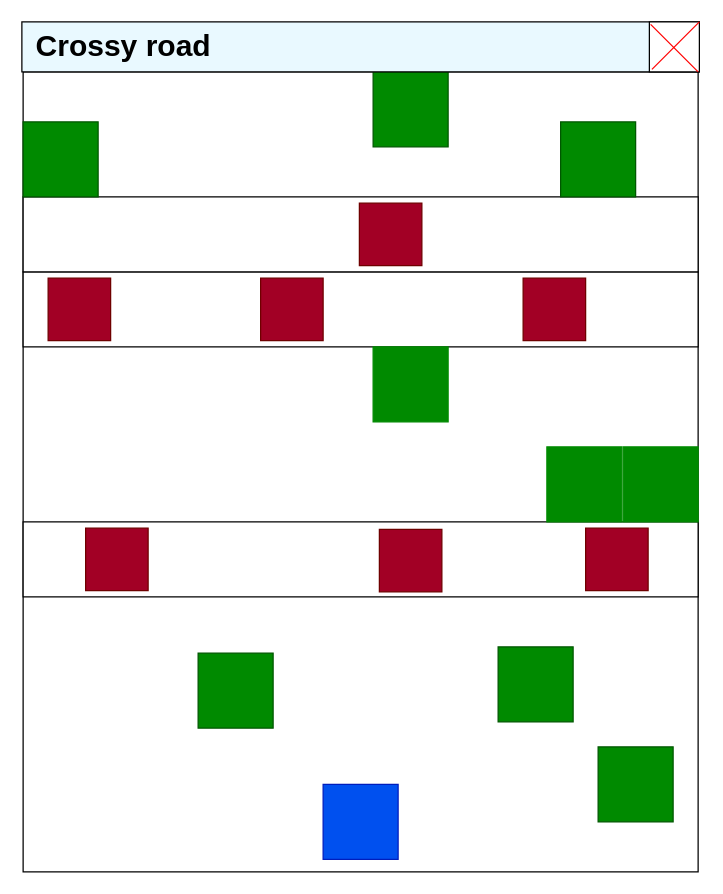
Earlier version of the draw.io diagram doc/maquette.drawio (Ricozy006/PROJDEV-CR). Source tidied: cells renumbered, new cells numbered last; positions are measured from the earlier drawing's top-left corner, leaving out a move shared by most shapes. Both pictures are drawn from the tidied source at 125%, with x=0, y=0 at pixel (21, 21).
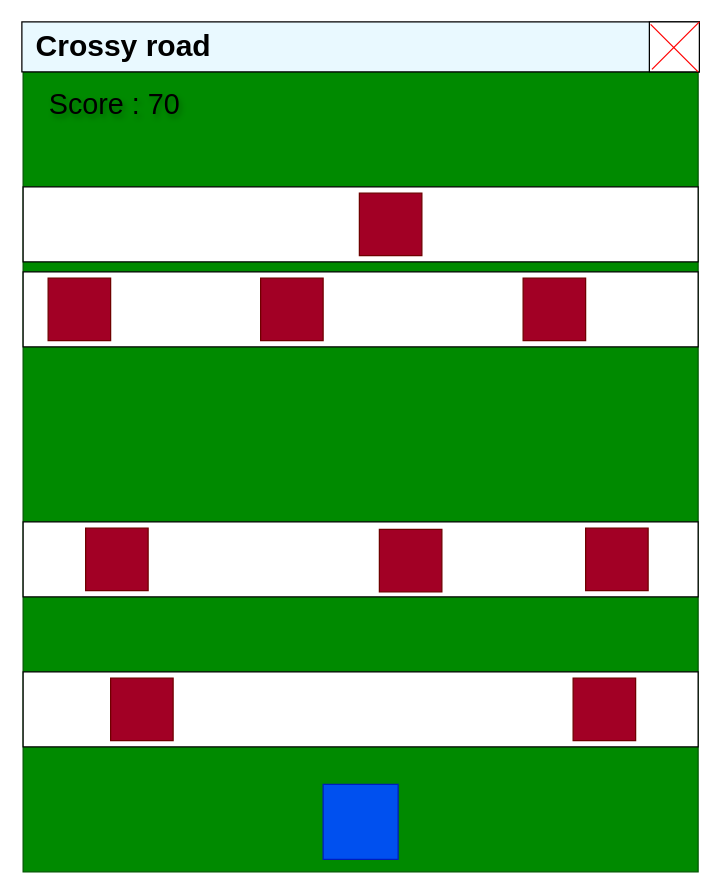
After the change.

What changed in the source:
```diff
@@
-    <mxCell id="2" style="rounded=0;whiteSpace=wrap;html=1;fillColor=#FFFFFF;" parent="1" vertex="1">
+    <mxCell id="2" style="rounded=0;whiteSpace=wrap;html=1;fillColor=#008a00;fontColor=#ffffff;strokeColor=#005700;" parent="1" vertex="1">
       <mxGeometry x="1" y="40" width="540" height="640" as="geometry" />
     </mxCell>
@@
     <mxCell id="6" style="rounded=0;whiteSpace=wrap;html=1;strokeColor=#000000;" parent="1" vertex="1">
-      <mxGeometry x="1" y="140" width="540" height="60" as="geometry" />
+      <mxGeometry x="1" y="132" width="540" height="60" as="geometry" />
     </mxCell>
-    <mxCell id="7" style="rounded=0;whiteSpace=wrap;html=1;fillColor=#008a00;fontColor=#ffffff;strokeColor=#008A00;" parent="1" vertex="1">
-      <mxGeometry x="420" y="340" width="60" height="60" as="geometry" />
-    </mxCell>
-    <mxCell id="8" style="rounded=0;whiteSpace=wrap;html=1;fillColor=#008a00;fontColor=#ffffff;strokeColor=#008A00;" parent="1" vertex="1">
-      <mxGeometry x="481" y="340" width="60" height="60" as="geometry" />
-    </mxCell>
-    <mxCell id="9" style="rounded=0;whiteSpace=wrap;html=1;fillColor=#008A00;fontColor=#ffffff;strokeColor=#008A00;" parent="1" vertex="1">
-      <mxGeometry x="281" y="260" width="60" height="60" as="geometry" />
-    </mxCell>
-    <mxCell id="10" style="rounded=0;whiteSpace=wrap;html=1;fillColor=#008a00;fontColor=#ffffff;strokeColor=#005700;" parent="1" vertex="1">
-      <mxGeometry x="1" y="80" width="60" height="60" as="geometry" />
-    </mxCell>
-    <mxCell id="11" style="rounded=0;whiteSpace=wrap;html=1;fillColor=#008a00;fontColor=#ffffff;strokeColor=#005700;" parent="1" vertex="1">
-      <mxGeometry x="281" y="40" width="60" height="60" as="geometry" />
-    </mxCell>
-    <mxCell id="12" style="rounded=0;whiteSpace=wrap;html=1;fillColor=#008a00;fontColor=#ffffff;strokeColor=#005700;" parent="1" vertex="1">
-      <mxGeometry x="431" y="80" width="60" height="60" as="geometry" />
-    </mxCell>
-    <mxCell id="13" style="rounded=0;whiteSpace=wrap;html=1;fillColor=#008a00;fontColor=#ffffff;strokeColor=#005700;" parent="1" vertex="1">
-      <mxGeometry x="141" y="505" width="60" height="60" as="geometry" />
-    </mxCell>
-    <mxCell id="14" style="rounded=0;whiteSpace=wrap;html=1;fillColor=#008a00;fontColor=#ffffff;strokeColor=#005700;" parent="1" vertex="1">
-      <mxGeometry x="461" y="580" width="60" height="60" as="geometry" />
-    </mxCell>
-    <mxCell id="15" style="rounded=0;whiteSpace=wrap;html=1;fillColor=#008a00;fontColor=#ffffff;strokeColor=#005700;" parent="1" vertex="1">
-      <mxGeometry x="381" y="500" width="60" height="60" as="geometry" />
-    </mxCell>
@@
     <mxCell id="17" style="rounded=0;whiteSpace=wrap;html=1;fillColor=#a20025;fontColor=#ffffff;strokeColor=#6F0000;" parent="1" vertex="1">
-      <mxGeometry x="270" y="145" width="50" height="50" as="geometry" />
+      <mxGeometry x="270" y="137" width="50" height="50" as="geometry" />
     </mxCell>
@@
+    <mxCell id="28" style="rounded=0;whiteSpace=wrap;html=1;strokeColor=#000000;" parent="1" vertex="1">
+      <mxGeometry x="1" y="520" width="540" height="60" as="geometry" />
+    </mxCell>
+    <mxCell id="29" style="rounded=0;whiteSpace=wrap;html=1;fillColor=#a20025;fontColor=#ffffff;strokeColor=#6F0000;" parent="1" vertex="1">
+      <mxGeometry x="71" y="525" width="50" height="50" as="geometry" />
+    </mxCell>
+    <mxCell id="30" style="rounded=0;whiteSpace=wrap;html=1;fillColor=#a20025;fontColor=#ffffff;strokeColor=#6F0000;" parent="1" vertex="1">
+      <mxGeometry x="441" y="525" width="50" height="50" as="geometry" />
+    </mxCell>
+    <mxCell id="31" value="Score : 70" style="text;strokeColor=none;fillColor=none;align=left;verticalAlign=middle;spacingLeft=4;spacingRight=4;overflow=hidden;whiteSpace=wrap;html=1;fontSize=23;textShadow=1;" parent="1" vertex="1">
+      <mxGeometry x="16" y="50" width="120" height="30" as="geometry" />
+    </mxCell>
```
